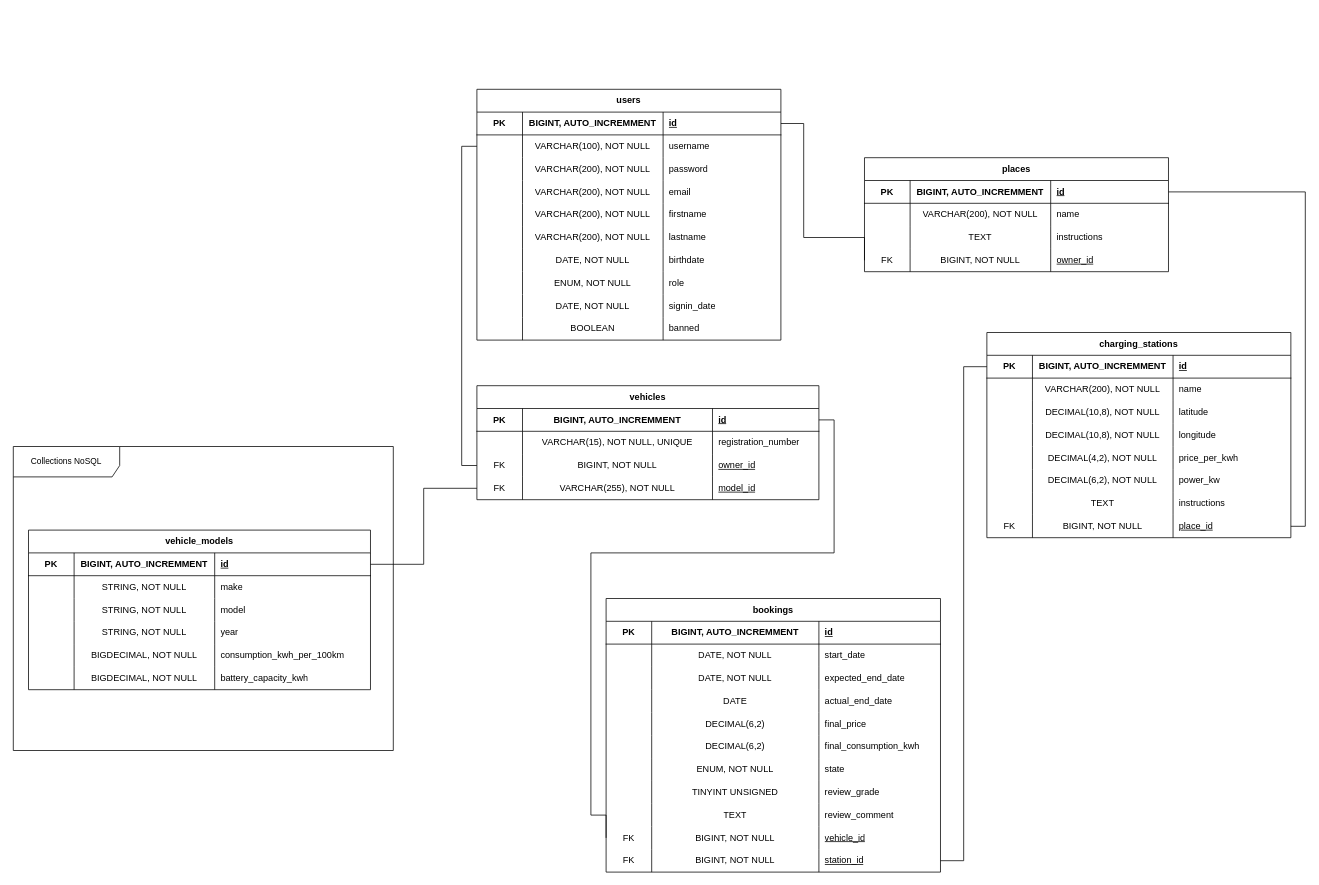
Above: page "mpd" (3 of 3) of merise-electricity-business.drawio in LaiPe/electricity-business-back (draw.io), before the change. Source tidied: cells renumbered, new cells numbered last; positions are measured from the earlier drawing's top-left corner, leaving out a move shared by most shapes. Both pictures are drawn from the tidied source at 76%, with x=0, y=0 at pixel (13, 89).
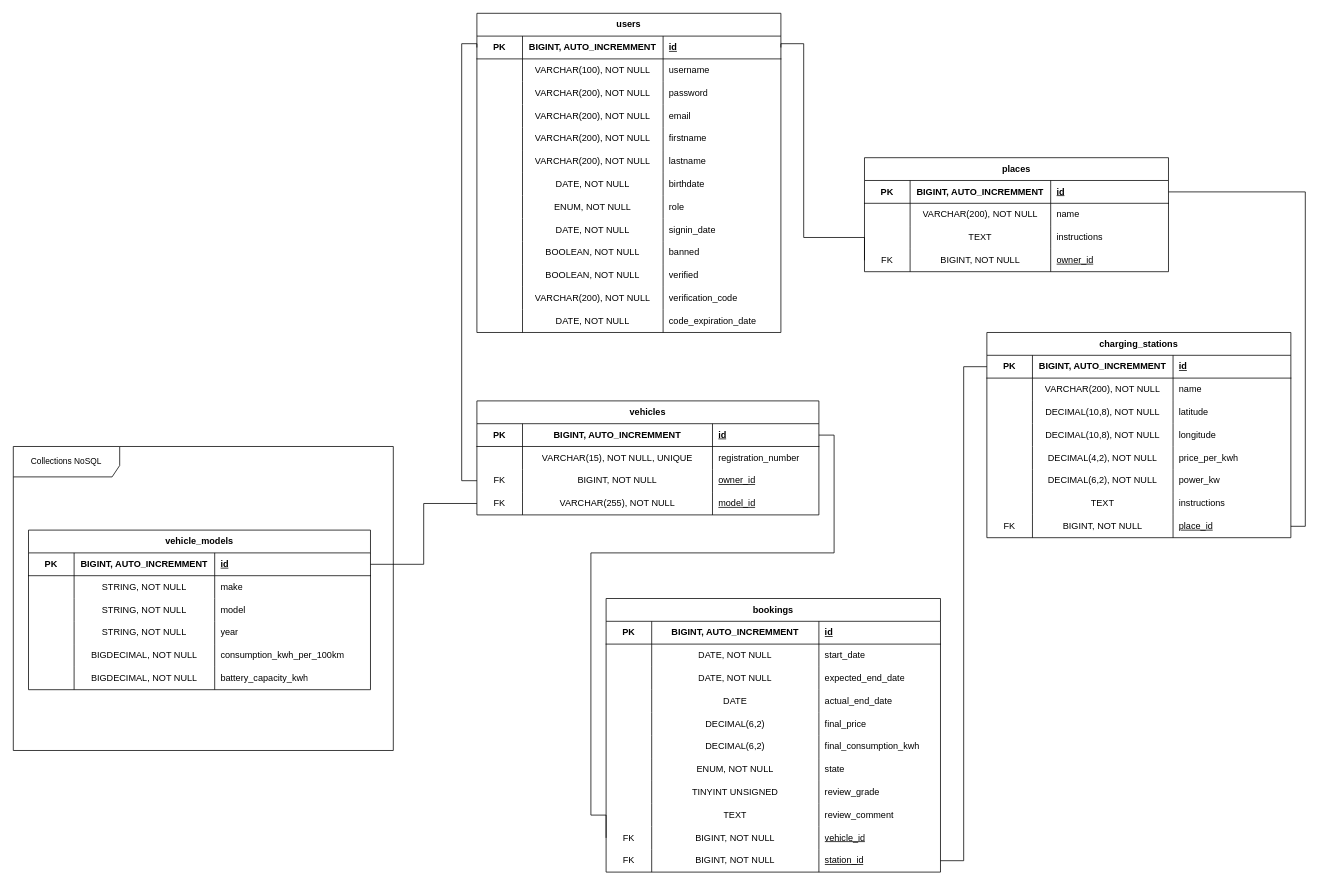
After the change.

Commit message (it also covers changes not shown here):
feat: add user verification process with verification code generation and validation; update User and DTOs

The change refers to these unchanged cells:
```xml
<mxCell id="6" style="shape=tableRow;horizontal=0;startSize=0;swimlaneHead=0;swimlaneBody=0;fillColor=none;points=[[0,0.5],[1,0.5]];portConstraint=eastwest;top=0;left=0;right=0;bottom=1;html=1;" parent="5" vertex="1">
  <mxGeometry y="30" width="400" height="30" as="geometry" />
</mxCell>
<mxCell id="10" style="shape=tableRow;horizontal=0;startSize=0;swimlaneHead=0;swimlaneBody=0;fillColor=none;points=[[0,0.5],[1,0.5]];portConstraint=eastwest;top=0;left=0;right=0;bottom=0;html=1;" parent="5" vertex="1">
  <mxGeometry y="60" width="400" height="30" as="geometry" />
</mxCell>
<mxCell id="42" style="shape=tableRow;horizontal=0;startSize=0;swimlaneHead=0;swimlaneBody=0;fillColor=none;top=0;left=0;right=0;bottom=0;html=1;" parent="5" vertex="1">
  <mxGeometry y="300" width="400" height="30" as="geometry" />
</mxCell>
<mxCell id="59" style="shape=tableRow;horizontal=0;startSize=0;swimlaneHead=0;swimlaneBody=0;fillColor=none;points=[[0,0.5],[1,0.5]];portConstraint=eastwest;top=0;left=0;right=0;bottom=0;html=1;" parent="46" vertex="1">
  <mxGeometry y="120" width="400" height="30" as="geometry" />
</mxCell>
<mxCell id="64" style="shape=tableRow;horizontal=0;startSize=0;swimlaneHead=0;swimlaneBody=0;fillColor=none;points=[[0,0.5],[1,0.5]];portConstraint=eastwest;top=0;left=0;right=0;bottom=1;html=1;" parent="63" vertex="1">
  <mxGeometry y="30" width="450" height="30" as="geometry" />
</mxCell>
<mxCell id="72" style="shape=tableRow;horizontal=0;startSize=0;swimlaneHead=0;swimlaneBody=0;fillColor=none;points=[[0,0.5],[1,0.5]];portConstraint=eastwest;top=0;left=0;right=0;bottom=0;html=1;" parent="63" vertex="1">
  <mxGeometry y="90" width="450" height="30" as="geometry" />
</mxCell>
<mxCell id="150" style="shape=tableRow;horizontal=0;startSize=0;swimlaneHead=0;swimlaneBody=0;fillColor=none;points=[[0,0.5],[1,0.5]];portConstraint=eastwest;top=0;left=0;right=0;bottom=0;html=1;" parent="113" vertex="1">
  <mxGeometry y="300" width="440" height="30" as="geometry" />
</mxCell>
```

Change to the diagram source:
```diff
@@
     <mxCell id="2" style="edgeStyle=orthogonalEdgeStyle;shape=connector;rounded=0;jettySize=auto;html=1;strokeColor=default;align=center;verticalAlign=middle;fontFamily=Helvetica;fontSize=11;fontColor=default;labelBackgroundColor=default;startFill=0;endArrow=none;exitX=1;exitY=0.5;exitDx=0;exitDy=0;entryX=0;entryY=0.5;entryDx=0;entryDy=0;" parent="1" edge="1" source="6" target="59">
       <mxGeometry relative="1" as="geometry">
         <Array as="points">
-          <mxPoint x="1040" y="45" />
+          <mxPoint x="1010" y="-60" />
+          <mxPoint x="1040" y="-60" />
           <mxPoint x="1040" y="195" />
+          <mxPoint x="1120" y="195" />
         </Array>
       </mxGeometry>
     </mxCell>
@@
-    <mxCell id="4" style="edgeStyle=orthogonalEdgeStyle;rounded=0;jettySize=auto;html=1;entryX=0;entryY=0.5;entryDx=0;entryDy=0;endArrow=none;endFill=0;exitX=0;exitY=0.5;exitDx=0;exitDy=0;" parent="1" edge="1" source="10" target="72">
-      <mxGeometry relative="1" as="geometry" />
+    <mxCell id="4" style="edgeStyle=orthogonalEdgeStyle;rounded=0;jettySize=auto;html=1;entryX=0;entryY=0.5;entryDx=0;entryDy=0;endArrow=none;endFill=0;exitX=0;exitY=0.5;exitDx=0;exitDy=0;" parent="1" edge="1" source="6" target="72">
+      <mxGeometry relative="1" as="geometry">
+        <Array as="points">
+          <mxPoint x="610" y="-60" />
+          <mxPoint x="590" y="-60" />
+          <mxPoint x="590" y="515" />
+        </Array>
+      </mxGeometry>
     </mxCell>
     <mxCell id="5" value="users" style="shape=table;startSize=30;childLayout=tableLayout;rowLines=0;fontStyle=1;align=center;html=1;whiteSpace=wrap;" parent="1" vertex="1">
-      <mxGeometry x="610" width="400" height="330" as="geometry" />
+      <mxGeometry x="610" y="-100" width="400" height="420" as="geometry" />
     </mxCell>
@@
-    <mxCell id="44" value="BOOLEAN" style="shape=partialRectangle;fillColor=none;top=0;left=0;bottom=0;right=0;overflow=hidden;html=1;whiteSpace=wrap;" parent="42" vertex="1">
+    <mxCell id="44" value="BOOLEAN, NOT NULL" style="shape=partialRectangle;fillColor=none;top=0;left=0;bottom=0;right=0;overflow=hidden;html=1;whiteSpace=wrap;" parent="42" vertex="1">
       <mxGeometry x="60" width="185" height="30" as="geometry" />
     </mxCell>
@@
+    <mxCell id="187" style="shape=tableRow;horizontal=0;startSize=0;swimlaneHead=0;swimlaneBody=0;fillColor=none;top=0;left=0;right=0;bottom=0;html=1;" parent="5" vertex="1">
+      <mxGeometry y="330" width="400" height="30" as="geometry" />
+    </mxCell>
+    <mxCell id="188" style="shape=partialRectangle;fillColor=none;top=0;left=0;bottom=0;right=0;overflow=hidden;html=1;whiteSpace=wrap;" parent="187" vertex="1">
+      <mxGeometry width="60" height="30" as="geometry" />
+    </mxCell>
+    <mxCell id="189" value="BOOLEAN, NOT NULL" style="shape=partialRectangle;fillColor=none;top=0;left=0;bottom=0;right=0;overflow=hidden;html=1;whiteSpace=wrap;" parent="187" vertex="1">
+      <mxGeometry x="60" width="185" height="30" as="geometry" />
+    </mxCell>
+    <mxCell id="190" value="verified" style="shape=partialRectangle;fillColor=none;top=0;left=0;bottom=0;right=0;align=left;spacingLeft=6;overflow=hidden;html=1;whiteSpace=wrap;" parent="187" vertex="1">
+      <mxGeometry x="245" width="155" height="30" as="geometry" />
+    </mxCell>
+    <mxCell id="191" style="shape=tableRow;horizontal=0;startSize=0;swimlaneHead=0;swimlaneBody=0;fillColor=none;top=0;left=0;right=0;bottom=0;html=1;" parent="5" vertex="1">
+      <mxGeometry y="360" width="400" height="30" as="geometry" />
+    </mxCell>
+    <mxCell id="192" style="shape=partialRectangle;fillColor=none;top=0;left=0;bottom=0;right=0;overflow=hidden;html=1;whiteSpace=wrap;" parent="191" vertex="1">
+      <mxGeometry width="60" height="30" as="geometry" />
+    </mxCell>
+    <mxCell id="193" value="VARCHAR(200), NOT NULL" style="shape=partialRectangle;fillColor=none;top=0;left=0;bottom=0;right=0;overflow=hidden;html=1;whiteSpace=wrap;" parent="191" vertex="1">
+      <mxGeometry x="60" width="185" height="30" as="geometry" />
+    </mxCell>
+    <mxCell id="194" value="verification_code" style="shape=partialRectangle;fillColor=none;top=0;left=0;bottom=0;right=0;align=left;spacingLeft=6;overflow=hidden;html=1;whiteSpace=wrap;" parent="191" vertex="1">
+      <mxGeometry x="245" width="155" height="30" as="geometry" />
+    </mxCell>
+    <mxCell id="195" style="shape=tableRow;horizontal=0;startSize=0;swimlaneHead=0;swimlaneBody=0;fillColor=none;top=0;left=0;right=0;bottom=0;html=1;" parent="5" vertex="1">
+      <mxGeometry y="390" width="400" height="30" as="geometry" />
+    </mxCell>
+    <mxCell id="196" style="shape=partialRectangle;fillColor=none;top=0;left=0;bottom=0;right=0;overflow=hidden;html=1;whiteSpace=wrap;" parent="195" vertex="1">
+      <mxGeometry width="60" height="30" as="geometry" />
+    </mxCell>
+    <mxCell id="197" value="DATE, NOT NULL" style="shape=partialRectangle;fillColor=none;top=0;left=0;bottom=0;right=0;overflow=hidden;html=1;whiteSpace=wrap;" parent="195" vertex="1">
+      <mxGeometry x="60" width="185" height="30" as="geometry" />
+    </mxCell>
+    <mxCell id="198" value="code_expiration_date" style="shape=partialRectangle;fillColor=none;top=0;left=0;bottom=0;right=0;align=left;spacingLeft=6;overflow=hidden;html=1;whiteSpace=wrap;" parent="195" vertex="1">
+      <mxGeometry x="245" width="155" height="30" as="geometry" />
+    </mxCell>
@@
     <mxCell id="63" value="vehicles" style="shape=table;startSize=30;childLayout=tableLayout;rowLines=0;fontStyle=1;align=center;html=1;whiteSpace=wrap;" parent="1" vertex="1">
-      <mxGeometry x="610" y="390" width="450" height="150" as="geometry" />
+      <mxGeometry x="610" y="410" width="450" height="150" as="geometry" />
     </mxCell>
@@
     <mxCell id="158" style="edgeStyle=orthogonalEdgeStyle;shape=connector;rounded=0;jettySize=auto;html=1;exitX=0;exitY=0.5;exitDx=0;exitDy=0;entryX=1;entryY=0.5;entryDx=0;entryDy=0;strokeColor=default;align=center;verticalAlign=middle;fontFamily=Helvetica;fontSize=11;fontColor=default;labelBackgroundColor=default;endArrow=none;endFill=0;" parent="1" edge="1" source="150" target="64">
       <mxGeometry relative="1" as="geometry">
         <Array as="points">
+          <mxPoint x="780" y="955" />
           <mxPoint x="760" y="955" />
           <mxPoint x="760" y="610" />
           <mxPoint x="1080" y="610" />
-          <mxPoint x="1080" y="435" />
+          <mxPoint x="1080" y="455" />
         </Array>
       </mxGeometry>
     </mxCell>
```
